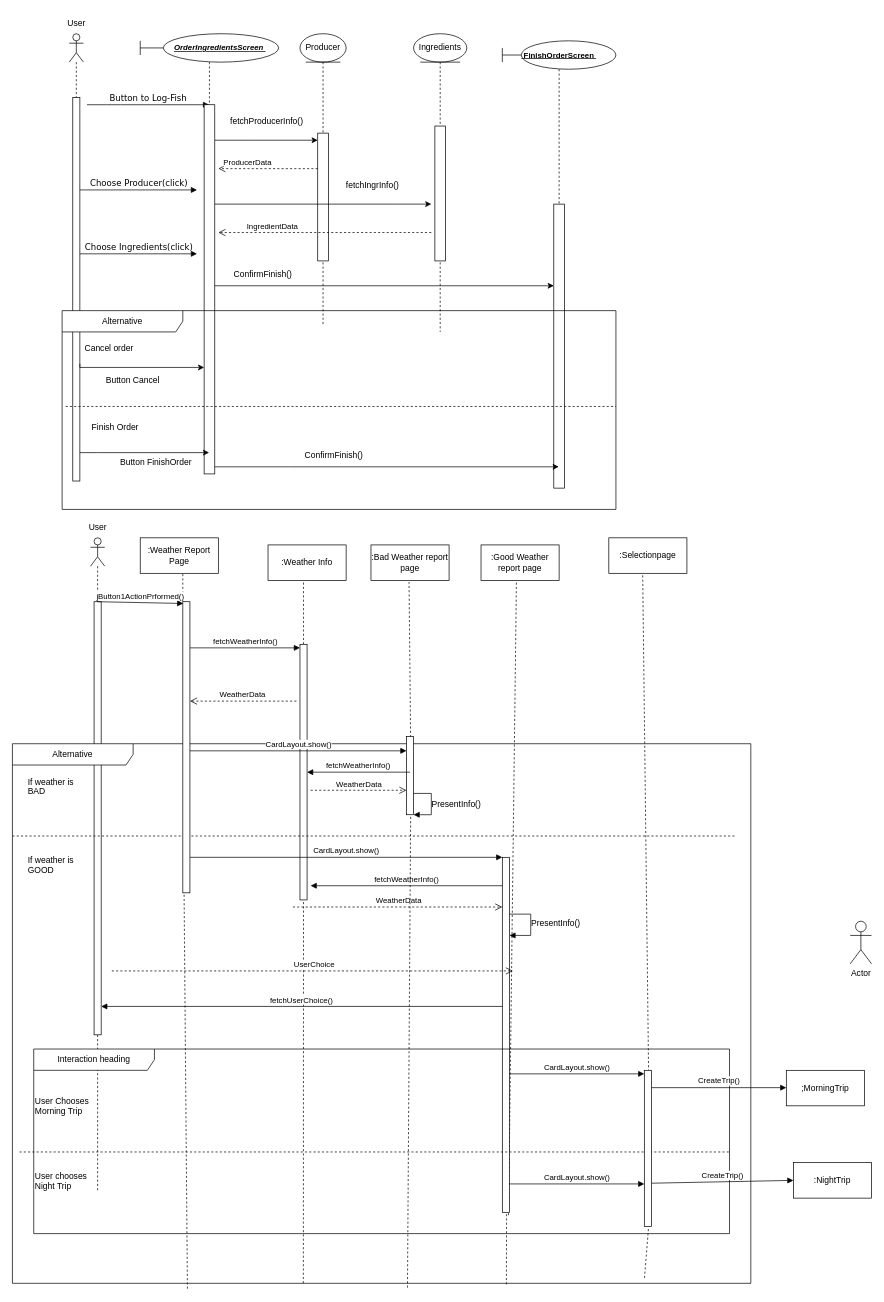
Before: Delivarable3/SequenceDiagram/Untitled Diagram.drawio in TMCEID/SoftEngFishApp, a draw.io diagram. Source tidied: cells renumbered, new cells numbered last; positions are measured from the earlier drawing's top-left corner, leaving out a move shared by most shapes. Both pictures are drawn from the tidied source at 71%, with x=0, y=0 at pixel (12, 12).
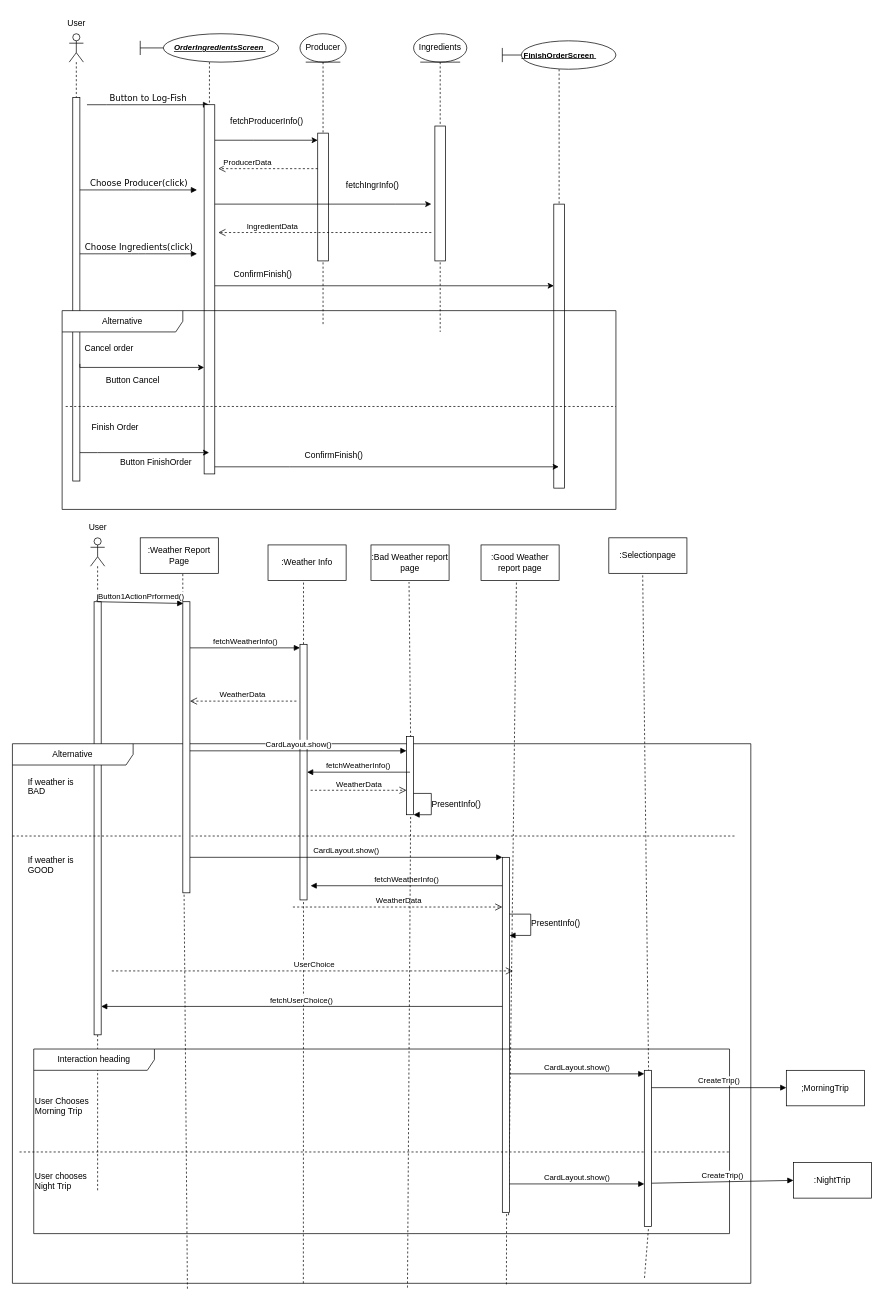
Above is the later version.

Diff of the diagram source:
```diff
@@
-    <mxCell id="75" value="Actor" style="shape=umlActor;verticalLabelPosition=bottom;verticalAlign=top;html=1;" parent="1" vertex="1">
-      <mxGeometry x="1180" y="1280" width="30" height="60" as="geometry" />
-    </mxCell>
```
